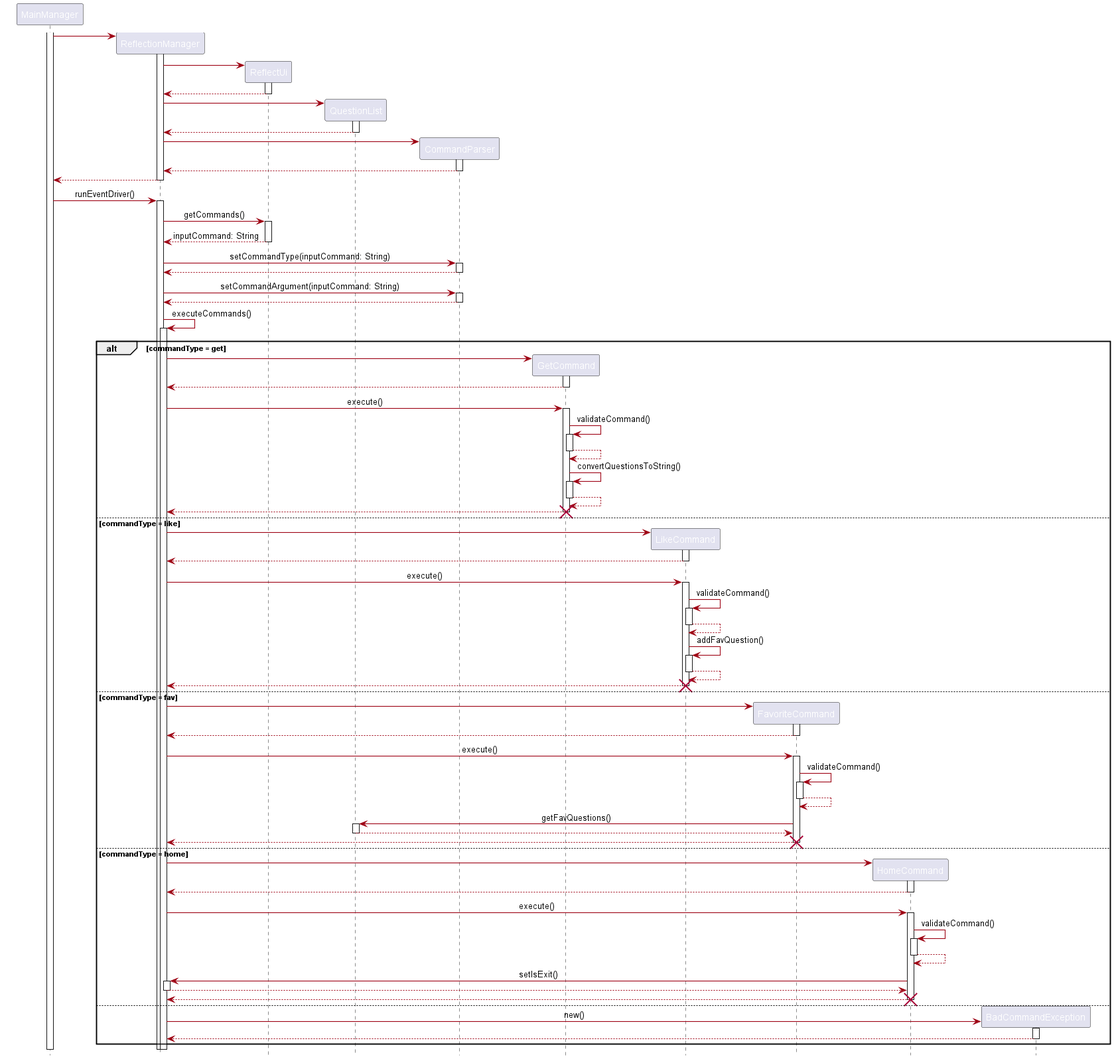
The PlantUML diagram docs/diagrams/ReflectionSequenceDiagram.png in wenxin-c/tp, before a commit.
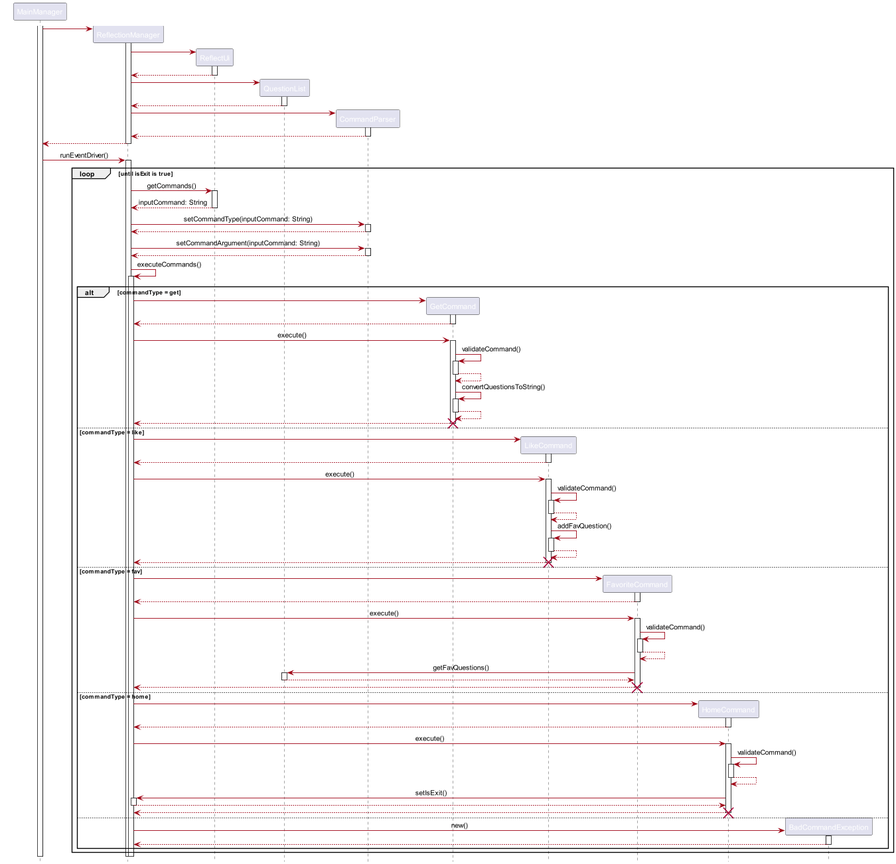
Above is the later version.

Commit message:
Add loop for reflect sequence diagram

Diff of the diagram source:
```diff
@@ -35,117 +35,120 @@
 MainManager -> ReflectionManager : runEventDriver()
 activate ReflectionManager
 
-ReflectionManager -> ReflectUi : getCommands()
-activate ReflectUi
-ReflectUi --> ReflectionManager : inputCommand: String
-deactivate ReflectUi
+loop until isExit is true
 
-ReflectionManager -> CommandParser : setCommandType(inputCommand: String)
-activate CommandParser
-CommandParser --> ReflectionManager
-deactivate CommandParser
+    ReflectionManager -> ReflectUi : getCommands()
+    activate ReflectUi
+    ReflectUi --> ReflectionManager : inputCommand: String
+    deactivate ReflectUi
 
-ReflectionManager -> CommandParser : setCommandArgument(inputCommand: String)
-activate CommandParser
-CommandParser --> ReflectionManager
-deactivate CommandParser
+    ReflectionManager -> CommandParser : setCommandType(inputCommand: String)
+    activate CommandParser
+    CommandParser --> ReflectionManager
+    deactivate CommandParser
 
-ReflectionManager -> ReflectionManager : executeCommands()
-activate ReflectionManager
-    alt commandType = get
-        create GetCommand
-        ReflectionManager -> GetCommand
-        activate GetCommand
-        GetCommand --> ReflectionManager
-        deactivate GetCommand
+    ReflectionManager -> CommandParser : setCommandArgument(inputCommand: String)
+    activate CommandParser
+    CommandParser --> ReflectionManager
+    deactivate CommandParser
 
-        ReflectionManager -> GetCommand : execute()
-        activate GetCommand
-        GetCommand -> GetCommand : validateCommand()
-        activate GetCommand
-        GetCommand --> GetCommand
-        deactivate GetCommand
-        GetCommand -> GetCommand : convertQuestionsToString()
-        activate GetCommand
-        GetCommand --> GetCommand
-        deactivate GetCommand
+    ReflectionManager -> ReflectionManager : executeCommands()
+    activate ReflectionManager
+        alt commandType = get
+            create GetCommand
+            ReflectionManager -> GetCommand
+            activate GetCommand
+            GetCommand --> ReflectionManager
+            deactivate GetCommand
 
-        GetCommand --> ReflectionManager
-        deactivate GetCommand
-        destroy GetCommand
+            ReflectionManager -> GetCommand : execute()
+            activate GetCommand
+            GetCommand -> GetCommand : validateCommand()
+            activate GetCommand
+            GetCommand --> GetCommand
+            deactivate GetCommand
+            GetCommand -> GetCommand : convertQuestionsToString()
+            activate GetCommand
+            GetCommand --> GetCommand
+            deactivate GetCommand
 
-    else commandType = like
-        create LikeCommand
-        ReflectionManager -> LikeCommand
-        activate LikeCommand
-        LikeCommand --> ReflectionManager
-        deactivate LikeCommand
+            GetCommand --> ReflectionManager
+            deactivate GetCommand
+            destroy GetCommand
 
-        ReflectionManager -> LikeCommand : execute()
-        activate LikeCommand
-        LikeCommand -> LikeCommand : validateCommand()
-        activate LikeCommand
-        LikeCommand --> LikeCommand
-        deactivate LikeCommand
-        LikeCommand -> LikeCommand : addFavQuestion()
-        activate LikeCommand
-        LikeCommand --> LikeCommand
-        deactivate LikeCommand
+        else commandType = like
+            create LikeCommand
+            ReflectionManager -> LikeCommand
+            activate LikeCommand
+            LikeCommand --> ReflectionManager
+            deactivate LikeCommand
 
-        LikeCommand --> ReflectionManager
-        deactivate LikeCommand
-        destroy LikeCommand
+            ReflectionManager -> LikeCommand : execute()
+            activate LikeCommand
+            LikeCommand -> LikeCommand : validateCommand()
+            activate LikeCommand
+            LikeCommand --> LikeCommand
+            deactivate LikeCommand
+            LikeCommand -> LikeCommand : addFavQuestion()
+            activate LikeCommand
+            LikeCommand --> LikeCommand
+            deactivate LikeCommand
 
-    else commandType = fav
-        create FavoriteCommand
-        ReflectionManager -> FavoriteCommand
-        activate FavoriteCommand
-        FavoriteCommand --> ReflectionManager
-        deactivate FavoriteCommand
+            LikeCommand --> ReflectionManager
+            deactivate LikeCommand
+            destroy LikeCommand
 
-        ReflectionManager -> FavoriteCommand : execute()
-        activate FavoriteCommand
-        FavoriteCommand -> FavoriteCommand : validateCommand()
-        activate FavoriteCommand
-        FavoriteCommand --> FavoriteCommand
-        deactivate FavoriteCommand
-        FavoriteCommand -> QuestionList : getFavQuestions()
-        activate QuestionList
-        QuestionList --> FavoriteCommand
-        deactivate QuestionList
+        else commandType = fav
+            create FavoriteCommand
+            ReflectionManager -> FavoriteCommand
+            activate FavoriteCommand
+            FavoriteCommand --> ReflectionManager
+            deactivate FavoriteCommand
 
-        FavoriteCommand --> ReflectionManager
-        deactivate FavoriteCommand
-        destroy FavoriteCommand
+            ReflectionManager -> FavoriteCommand : execute()
+            activate FavoriteCommand
+            FavoriteCommand -> FavoriteCommand : validateCommand()
+            activate FavoriteCommand
+            FavoriteCommand --> FavoriteCommand
+            deactivate FavoriteCommand
+            FavoriteCommand -> QuestionList : getFavQuestions()
+            activate QuestionList
+            QuestionList --> FavoriteCommand
+            deactivate QuestionList
 
-    else commandType = home
-        create HomeCommand
-        ReflectionManager -> HomeCommand
-        activate HomeCommand
-        HomeCommand --> ReflectionManager
-        deactivate HomeCommand
+            FavoriteCommand --> ReflectionManager
+            deactivate FavoriteCommand
+            destroy FavoriteCommand
 
-        ReflectionManager -> HomeCommand : execute()
-        activate HomeCommand
-        HomeCommand -> HomeCommand : validateCommand()
-        activate HomeCommand
-        HomeCommand --> HomeCommand
-        deactivate HomeCommand
+        else commandType = home
+            create HomeCommand
+            ReflectionManager -> HomeCommand
+            activate HomeCommand
+            HomeCommand --> ReflectionManager
+            deactivate HomeCommand
 
-        HomeCommand -> ReflectionManager : setIsExit()
-        activate ReflectionManager
-        ReflectionManager --> HomeCommand
-        deactivate ReflectionManager
+            ReflectionManager -> HomeCommand : execute()
+            activate HomeCommand
+            HomeCommand -> HomeCommand : validateCommand()
+            activate HomeCommand
+            HomeCommand --> HomeCommand
+            deactivate HomeCommand
 
-        HomeCommand --> ReflectionManager
-        deactivate HomeCommand
-        destroy HomeCommand
+            HomeCommand -> ReflectionManager : setIsExit()
+            activate ReflectionManager
+            ReflectionManager --> HomeCommand
+            deactivate ReflectionManager
 
-    else
-        create BadCommandException
-        ReflectionManager -> BadCommandException : new()
-        activate BadCommandException
-        BadCommandException --> ReflectionManager
-        deactivate BadCommandException
-    end
+            HomeCommand --> ReflectionManager
+            deactivate HomeCommand
+            destroy HomeCommand
+
+        else
+            create BadCommandException
+            ReflectionManager -> BadCommandException : new()
+            activate BadCommandException
+            BadCommandException --> ReflectionManager
+            deactivate BadCommandException
+        end
+end
 @enduml
```
